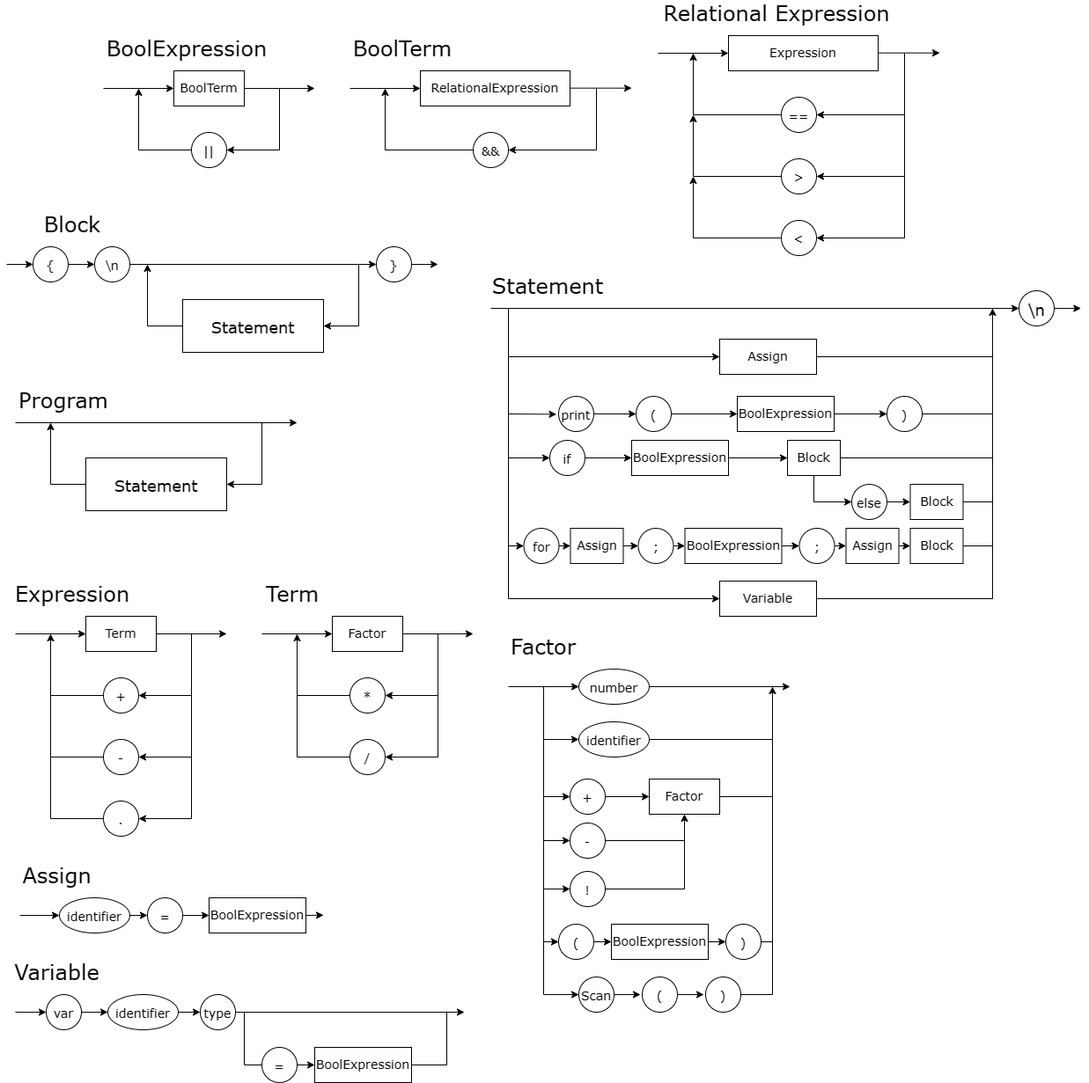
Above: img/diagramaSintatico.png in TiagoSeixas2103/LogicaComputacional (draw.io), before the change. Source tidied: cells renumbered, new cells last; positions are measured from the earlier drawing's top-left corner, leaving out a move shared by most shapes.
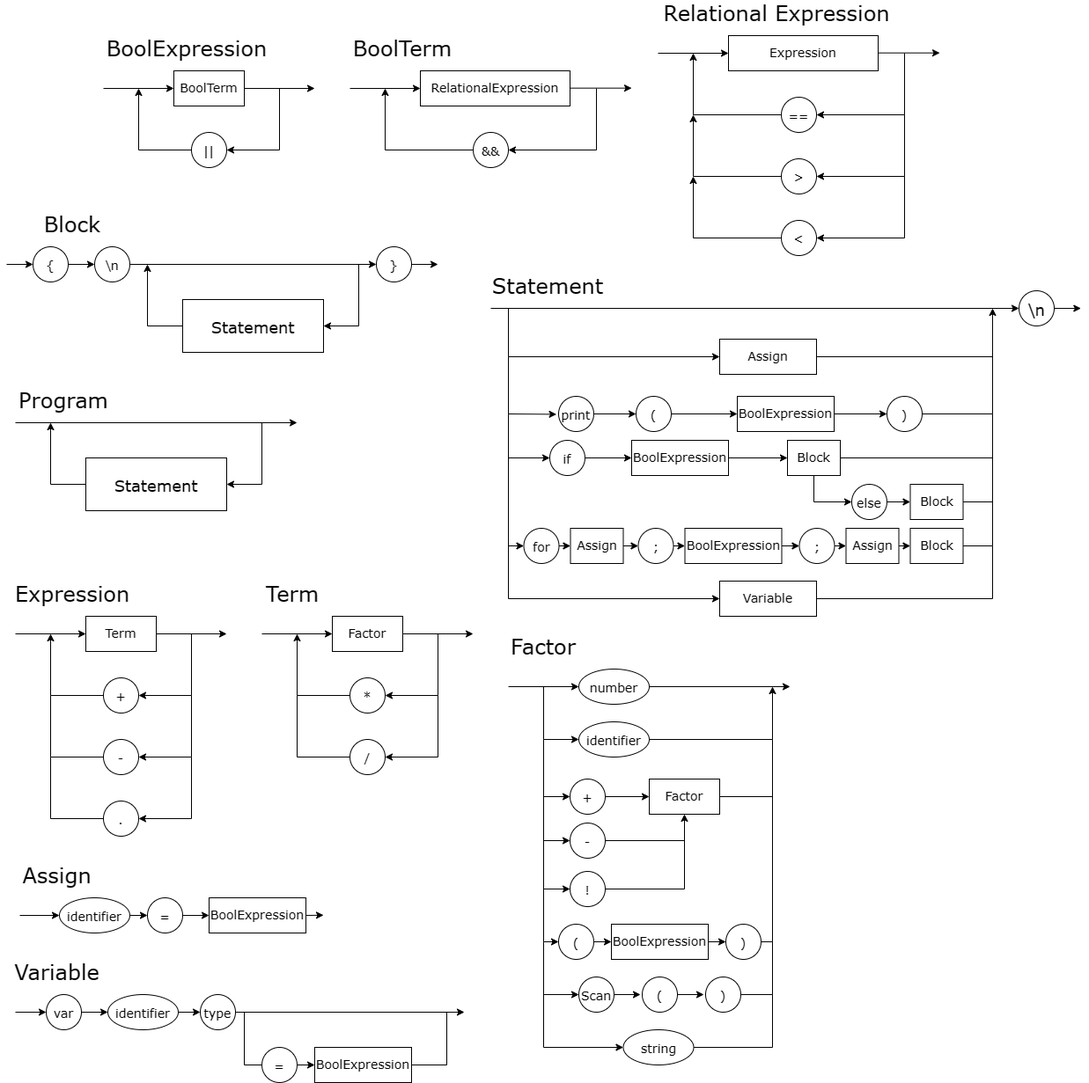
After the commit.

Commit message:
corrigindo diagrama

What changed in the source:
```diff
@@ -813,5 +813,24 @@
         </Array>
       </mxGeometry>
     </mxCell>
+    <mxCell id="169" value="&lt;font style=&quot;font-size: 14px;&quot;&gt;string&lt;/font&gt;" style="ellipse;whiteSpace=wrap;html=1;fontFamily=Verdana;fontSize=18;" parent="1" vertex="1">
+      <mxGeometry x="700.5" y="1170" width="80" height="40" as="geometry" />
+    </mxCell>
+    <mxCell id="170" style="endArrow=none;html=1;rounded=0;exitX=1;exitY=0.5;exitDx=0;exitDy=0;" parent="1" edge="1" source="169">
+      <mxGeometry relative="1" as="geometry">
+        <mxPoint x="870" y="1130" as="targetPoint" />
+        <Array as="points">
+          <mxPoint x="870" y="1190" />
+        </Array>
+      </mxGeometry>
+    </mxCell>
+    <mxCell id="171" style="endArrow=classic;html=1;rounded=0;entryX=0;entryY=0.5;entryDx=0;entryDy=0;" parent="1" edge="1" target="169">
+      <mxGeometry relative="1" as="geometry">
+        <mxPoint x="610" y="1110" as="sourcePoint" />
+        <Array as="points">
+          <mxPoint x="610" y="1190" />
+        </Array>
+      </mxGeometry>
+    </mxCell>
   </root>
 </mxGraphModel>
```
